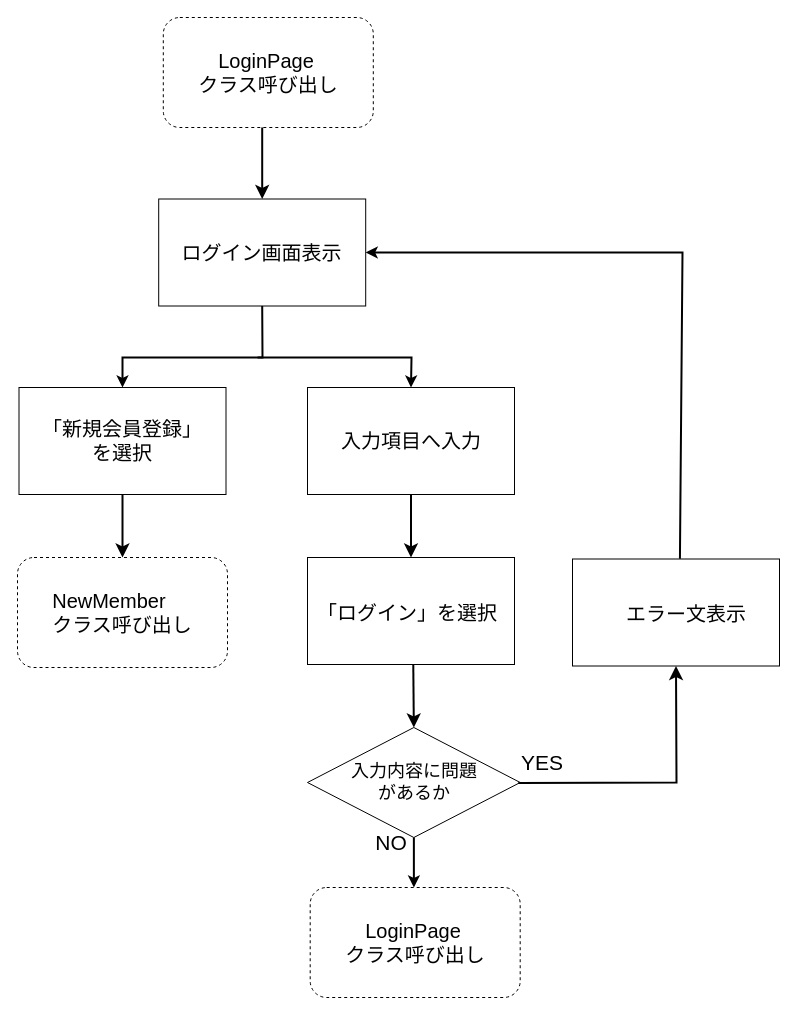
Before: 内部設計書/drawio_状態遷移図/common/login.drawio in RENMORITAA/software-engineering, a draw.io diagram. Source tidied: cells renumbered, new cells numbered last; positions are measured from the earlier drawing's top-left corner, leaving out a move shared by most shapes. Both pictures are drawn from the tidied source at 100%, with x=0, y=0 at pixel (17, 17).
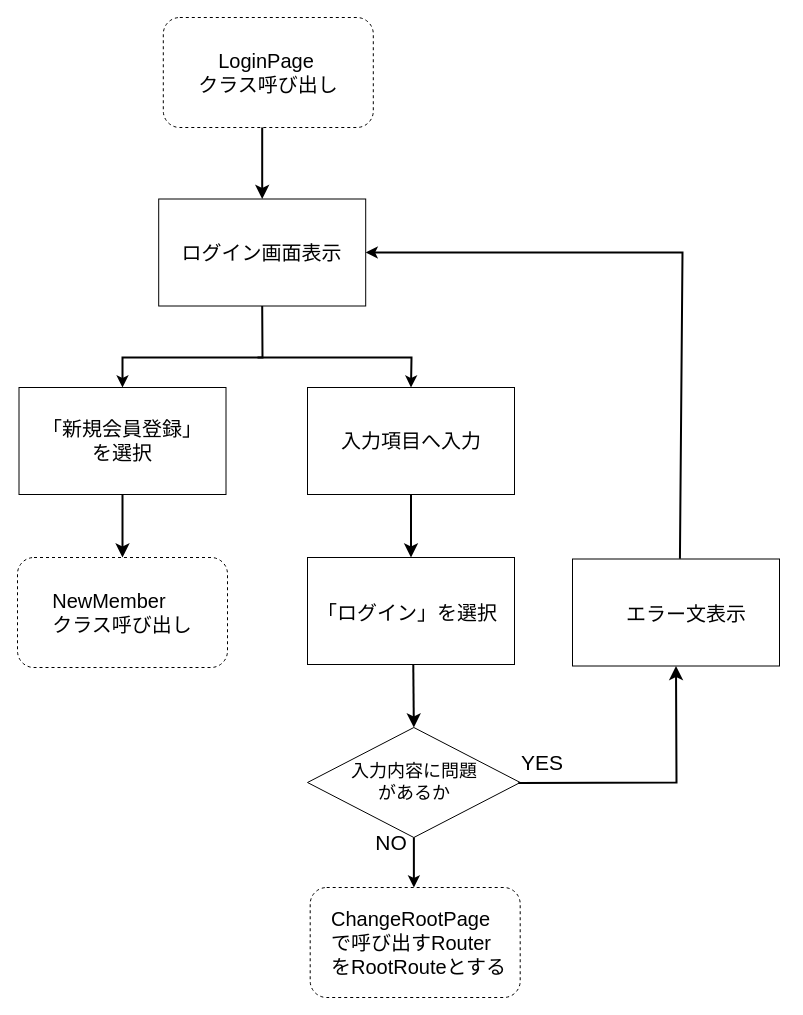
The same diagram, later.

Commit message:
login機能の図の修正

What changed in the source:
```diff
@@
-    <mxCell id="29" value="&lt;div style=&quot;text-align: start;&quot;&gt;&lt;span style=&quot;font-family: 游ゴシック; white-space-collapse: preserve; background-color: rgb(255, 255, 255);&quot;&gt;&lt;font style=&quot;font-size: 20px;&quot;&gt;　LoginPage&lt;/font&gt;&lt;/span&gt;&lt;/div&gt;&lt;div style=&quot;text-align: start;&quot;&gt;&lt;span style=&quot;font-size: 20px; background-color: transparent; color: light-dark(rgb(0, 0, 0), rgb(255, 255, 255));&quot;&gt;クラス呼び出し&lt;/span&gt;&lt;/div&gt;" style="text;html=1;whiteSpace=wrap;strokeColor=none;fillColor=none;align=center;verticalAlign=middle;rounded=0;" parent="1" vertex="1">
-      <mxGeometry x="307.8" y="915.6" width="179.7" height="18.7" as="geometry" />
+    <mxCell id="29" value="&lt;div style=&quot;text-align: start;&quot;&gt;&lt;span style=&quot;font-family: 游ゴシック; white-space-collapse: preserve; background-color: rgb(255, 255, 255);&quot;&gt;&lt;font style=&quot;font-size: 20px;&quot;&gt;ChangeRootPage&lt;/font&gt;&lt;/span&gt;&lt;/div&gt;&lt;div style=&quot;text-align: start;&quot;&gt;&lt;span style=&quot;font-size: 20px; background-color: light-dark(rgb(255, 255, 255), rgb(18, 18, 18)); font-family: 游ゴシック; white-space-collapse: preserve; color: light-dark(rgb(0, 0, 0), rgb(255, 255, 255));&quot;&gt;で呼び出すRouter&lt;/span&gt;&lt;/div&gt;&lt;div style=&quot;text-align: start;&quot;&gt;&lt;span style=&quot;font-size: 20px; background-color: light-dark(rgb(255, 255, 255), rgb(18, 18, 18)); font-family: 游ゴシック; white-space-collapse: preserve; color: light-dark(rgb(0, 0, 0), rgb(255, 255, 255));&quot;&gt;を&lt;/span&gt;&lt;span style=&quot;font-size: 20px; background-color: light-dark(rgb(255, 255, 255), rgb(18, 18, 18)); font-family: 游ゴシック; white-space-collapse: preserve; color: light-dark(rgb(0, 0, 0), rgb(255, 255, 255));&quot;&gt;RootRouteとす&lt;/span&gt;&lt;span style=&quot;background-color: light-dark(rgb(255, 255, 255), rgb(18, 18, 18)); color: light-dark(rgb(0, 0, 0), rgb(255, 255, 255)); font-family: 游ゴシック; font-size: 20px; white-space-collapse: preserve;&quot;&gt;る&lt;/span&gt;&lt;/div&gt;" style="text;html=1;whiteSpace=wrap;strokeColor=none;fillColor=none;align=center;verticalAlign=middle;rounded=0;" parent="1" vertex="1">
+      <mxGeometry x="307.8" y="915.6" width="187.2" height="18.7" as="geometry" />
     </mxCell>
```
